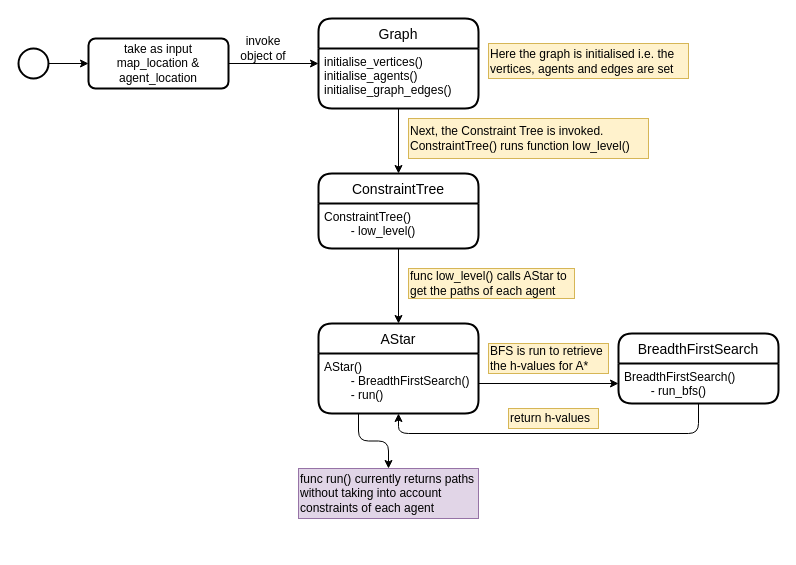
This is Flow Diagram.drawio from hebbaquraishi/MAPF, a draw.io file, before an edit. Source tidied: cells renumbered, new cells numbered last; positions are measured from the earlier drawing's top-left corner, leaving out a move shared by most shapes. Both pictures are drawn from the tidied source at 100%, with x=0, y=0 at pixel (18, 18).
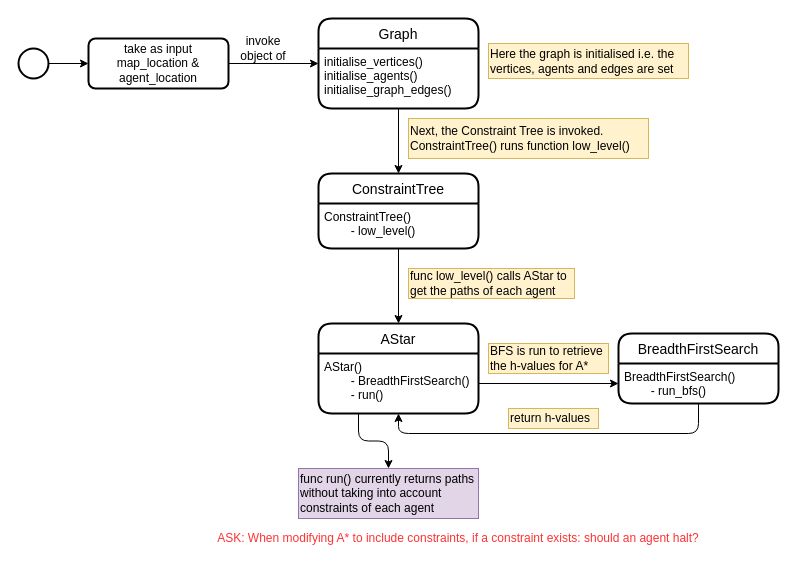
The same diagram, later.

What changed in the source:
```diff
@@
+    <mxCell id="26" value="&lt;font color=&quot;#ff3333&quot;&gt;ASK: When modifying A* to include constraints, if a constraint exists: should an agent halt?&lt;/font&gt;" style="text;html=1;strokeColor=none;fillColor=none;align=center;verticalAlign=middle;whiteSpace=wrap;rounded=0;sketch=0;" parent="1" vertex="1">
+      <mxGeometry x="180" y="510" width="520" height="20" as="geometry" />
+    </mxCell>
```
